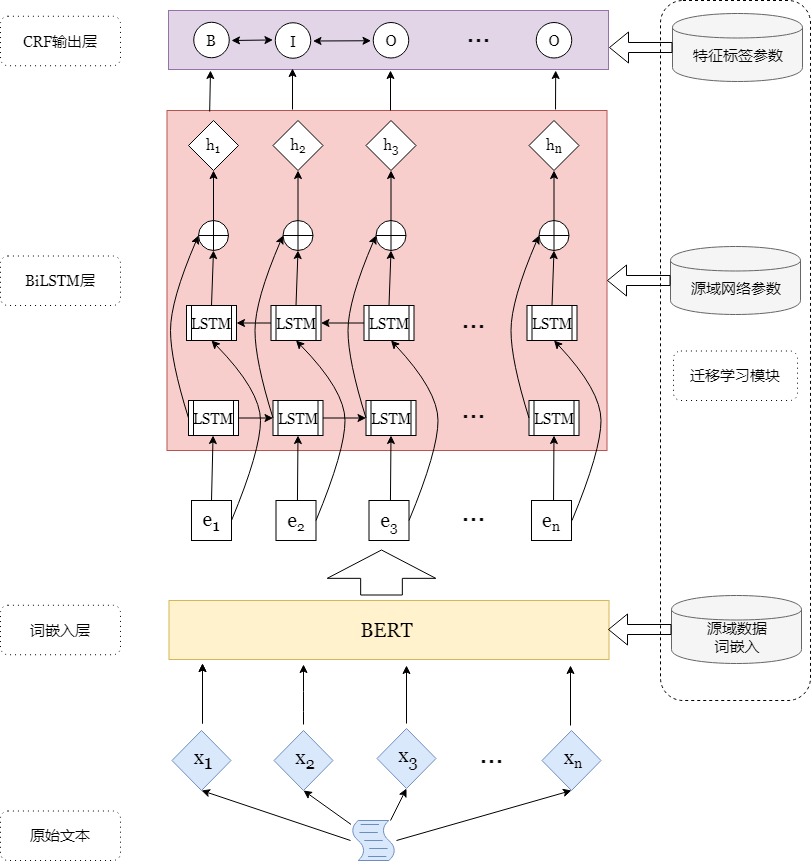
This is Trans-Bert-BiLSTM-CRF-CN.png from yhx123hero/CyberspaceSecurity_NER, a draw.io export, as it was before one commit. Source tidied: cells renumbered, new cells last; positions are measured from the earlier drawing's top-left corner, leaving out a move shared by most shapes.
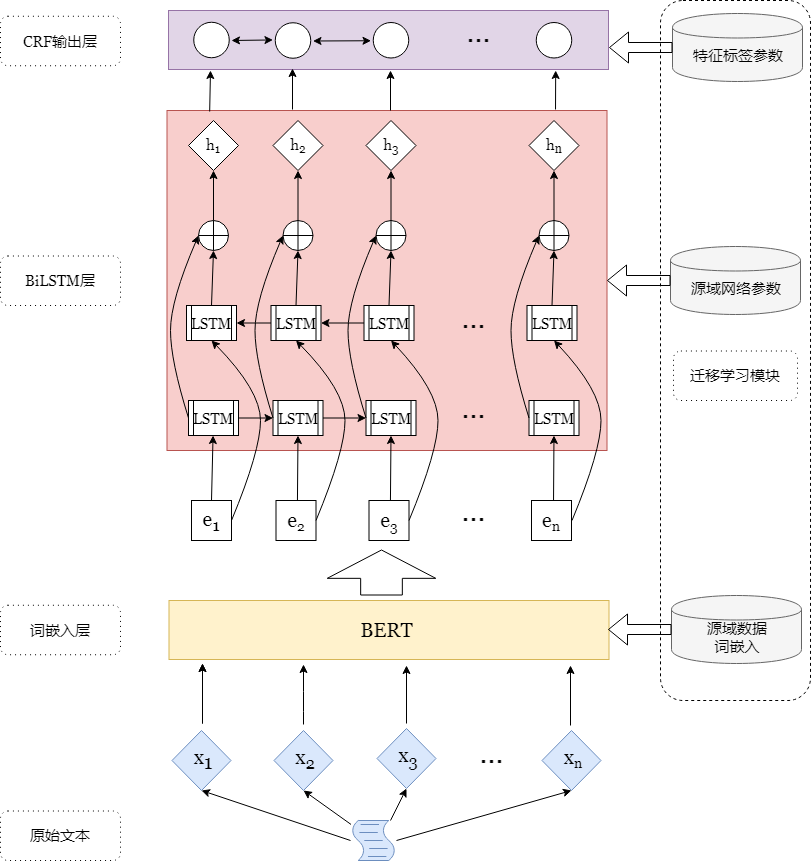
After the change.

What changed in the source:
```diff
@@ -326,27 +326,15 @@
     <mxCell id="84" style="ellipse;whiteSpace=wrap;html=1;labelBackgroundColor=none;fontFamily=Georgia;fontSize=15;" parent="1" vertex="1">
       <mxGeometry x="193.2" y="21.8" width="35.5" height="35.5" as="geometry" />
     </mxCell>
-    <mxCell id="85" value="B" style="text;html=1;strokeColor=none;fillColor=none;align=center;verticalAlign=middle;whiteSpace=wrap;rounded=0;labelBackgroundColor=none;fontFamily=Georgia;fontSize=15;" parent="1" vertex="1">
-      <mxGeometry x="191" y="30" width="40" height="20" as="geometry" />
-    </mxCell>
     <mxCell id="86" style="ellipse;whiteSpace=wrap;html=1;labelBackgroundColor=none;fontFamily=Georgia;fontSize=15;" parent="1" vertex="1">
       <mxGeometry x="274.8" y="22.2" width="35.5" height="35.5" as="geometry" />
     </mxCell>
-    <mxCell id="87" value="I" style="text;html=1;strokeColor=none;fillColor=none;align=center;verticalAlign=middle;whiteSpace=wrap;rounded=0;labelBackgroundColor=none;fontFamily=Georgia;fontSize=15;" parent="1" vertex="1">
-      <mxGeometry x="272.5" y="30.5" width="40" height="20" as="geometry" />
-    </mxCell>
     <mxCell id="88" style="ellipse;whiteSpace=wrap;html=1;labelBackgroundColor=none;fontFamily=Georgia;fontSize=15;" parent="1" vertex="1">
       <mxGeometry x="372.8" y="22" width="35.5" height="35.5" as="geometry" />
     </mxCell>
-    <mxCell id="89" value="O" style="text;html=1;strokeColor=none;fillColor=none;align=center;verticalAlign=middle;whiteSpace=wrap;rounded=0;labelBackgroundColor=none;fontFamily=Georgia;fontSize=15;" parent="1" vertex="1">
-      <mxGeometry x="370.5" y="30.2" width="40" height="20" as="geometry" />
-    </mxCell>
     <mxCell id="90" style="ellipse;whiteSpace=wrap;html=1;labelBackgroundColor=none;fontFamily=Georgia;fontSize=15;" parent="1" vertex="1">
       <mxGeometry x="535.8" y="22" width="35.5" height="35.5" as="geometry" />
     </mxCell>
-    <mxCell id="91" value="O" style="text;html=1;strokeColor=none;fillColor=none;align=center;verticalAlign=middle;whiteSpace=wrap;rounded=0;labelBackgroundColor=none;fontFamily=Georgia;fontSize=15;" parent="1" vertex="1">
-      <mxGeometry x="533.5" y="30.2" width="40" height="20" as="geometry" />
-    </mxCell>
     <mxCell id="92" style="shape=cylinder;whiteSpace=wrap;html=1;boundedLbl=1;backgroundOutline=1;labelBackgroundColor=none;fontFamily=Georgia;fontSize=15;fillColor=#f5f5f5;strokeColor=#666666;fontColor=#333333;" parent="1" vertex="1">
       <mxGeometry x="670" y="246" width="130" height="68" as="geometry" />
     </mxCell>
@@ -434,11 +422,17 @@
     <mxCell id="116" style="endArrow=classic;html=1;entryX=0.5;entryY=1;entryDx=0;entryDy=0;exitX=0.551;exitY=-0.009;exitDx=0;exitDy=0;exitPerimeter=0;" parent="1" edge="1" source="31" target="69">
       <mxGeometry relative="1" as="geometry" />
     </mxCell>
-    <mxCell id="117" style="endArrow=classic;startArrow=classic;html=1;exitX=1;exitY=0.5;exitDx=0;exitDy=0;entryX=-0.001;entryY=0.448;entryDx=0;entryDy=0;entryPerimeter=0;" parent="1" edge="1" source="85" target="87">
-      <mxGeometry relative="1" as="geometry" />
+    <mxCell id="117" style="endArrow=classic;startArrow=classic;html=1;exitX=1;exitY=0.5;exitDx=0;exitDy=0;entryX=-0.001;entryY=0.448;entryDx=0;entryDy=0;entryPerimeter=0;" parent="1" edge="1">
+      <mxGeometry relative="1" as="geometry">
+        <mxPoint x="231" y="40" as="sourcePoint" />
+        <mxPoint x="272.5" y="39.5" as="targetPoint" />
+      </mxGeometry>
     </mxCell>
-    <mxCell id="118" style="endArrow=classic;startArrow=classic;html=1;exitX=1;exitY=0.5;exitDx=0;exitDy=0;entryX=0;entryY=0.5;entryDx=0;entryDy=0;" parent="1" edge="1" source="87" target="89">
-      <mxGeometry relative="1" as="geometry" />
+    <mxCell id="118" style="endArrow=classic;startArrow=classic;html=1;exitX=1;exitY=0.5;exitDx=0;exitDy=0;entryX=0;entryY=0.5;entryDx=0;entryDy=0;" parent="1" edge="1">
+      <mxGeometry relative="1" as="geometry">
+        <mxPoint x="312.5" y="40.5" as="sourcePoint" />
+        <mxPoint x="370.5" y="40.2" as="targetPoint" />
+      </mxGeometry>
     </mxCell>
   </root>
 </mxGraphModel>
```
